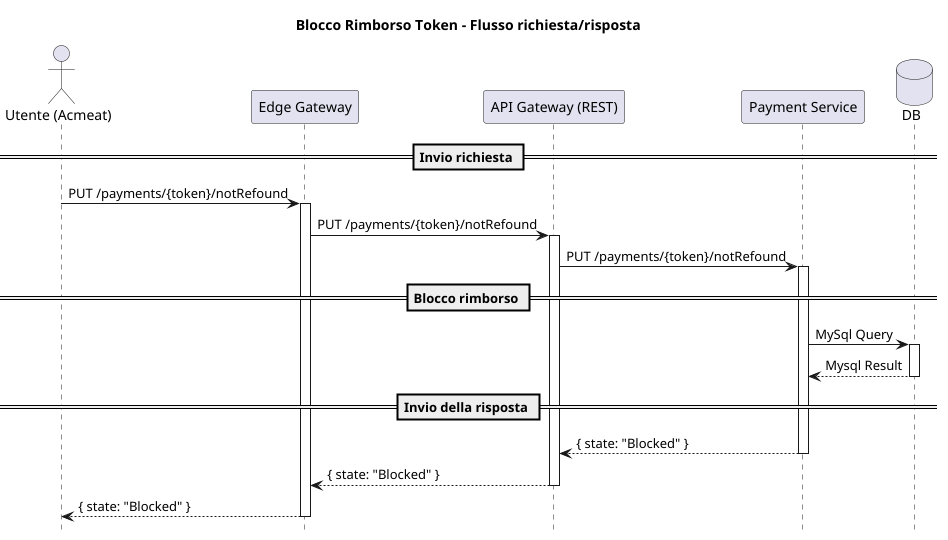
Earlier version of the PlantUML export bank/documentation/uml/sequenceDiagram/notRefund.png (romanellas24/ASMProject).
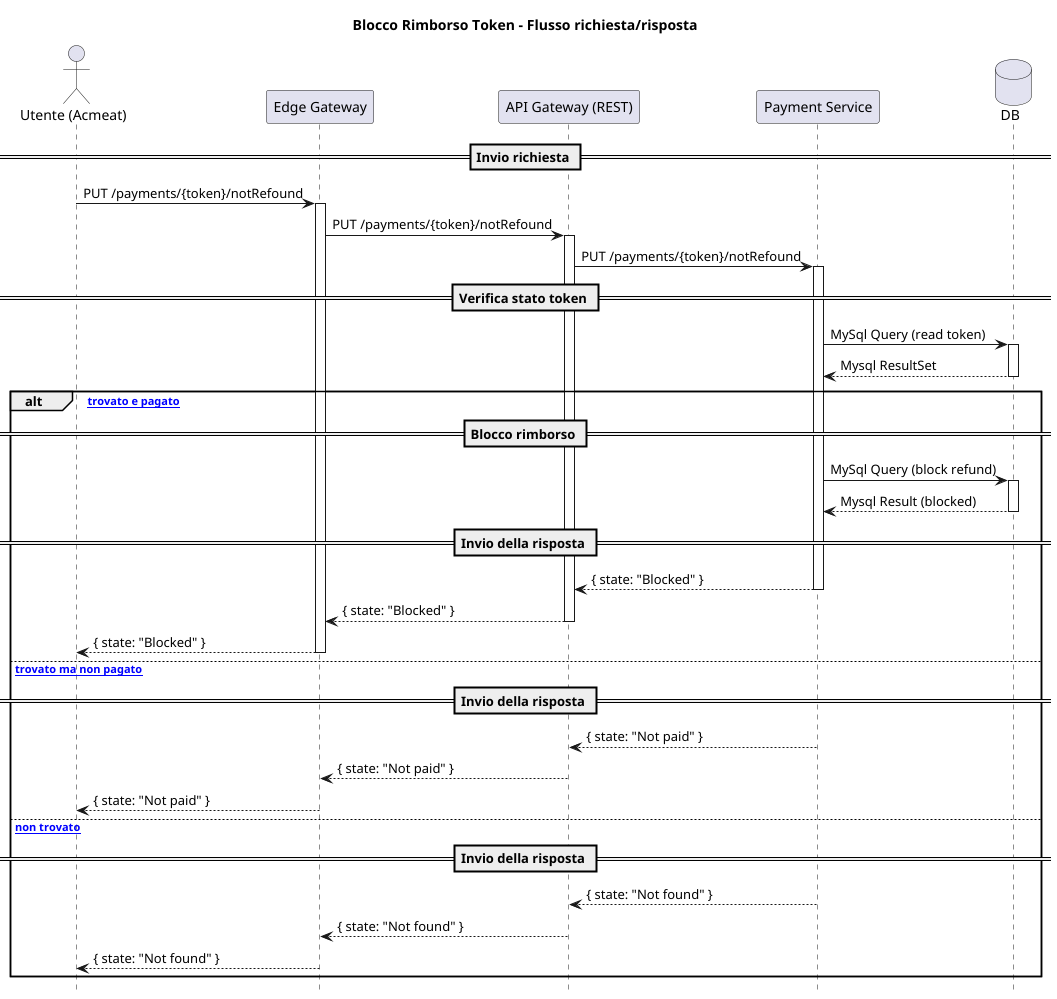
After the change.

Diff of the diagram source:
```diff
@@ -18,20 +18,49 @@
 APIGW -> PaySvc: PUT /payments/{token}/notRefound
 activate PaySvc
 
-== Blocco rimborso ==
-PaySvc -> DB: MySql Query
+== Verifica stato token ==
+PaySvc -> DB: MySql Query (read token)
 activate DB
-DB --> PaySvc: Mysql Result
+DB --> PaySvc: Mysql ResultSet
 deactivate DB
 
-== Invio della risposta ==
-PaySvc --> APIGW: { state: "Blocked" }
-deactivate PaySvc
+alt [token trovato e pagato]
+    == Blocco rimborso ==
+    PaySvc -> DB: MySql Query (block refund)
+    activate DB
+    DB --> PaySvc: Mysql Result (blocked)
+    deactivate DB
 
-APIGW --> EdgeGW: { state: "Blocked" }
-deactivate APIGW
+    == Invio della risposta ==
+    PaySvc --> APIGW: { state: "Blocked" }
+    deactivate PaySvc
 
-EdgeGW --> User: { state: "Blocked" }
-deactivate EdgeGW
+    APIGW --> EdgeGW: { state: "Blocked" }
+    deactivate APIGW
 
+    EdgeGW --> User: { state: "Blocked" }
+    deactivate EdgeGW
+
+else [token trovato ma non pagato]
+    == Invio della risposta ==
+    PaySvc --> APIGW: { state: "Not paid" }
+    deactivate PaySvc
+
+    APIGW --> EdgeGW: { state: "Not paid" }
+    deactivate APIGW
+
+    EdgeGW --> User: { state: "Not paid" }
+    deactivate EdgeGW
+
+else [token non trovato]
+    == Invio della risposta ==
+    PaySvc --> APIGW: { state: "Not found" }
+    deactivate PaySvc
+
+    APIGW --> EdgeGW: { state: "Not found" }
+    deactivate APIGW
+
+    EdgeGW --> User: { state: "Not found" }
+    deactivate EdgeGW
+end
 @enduml
```
